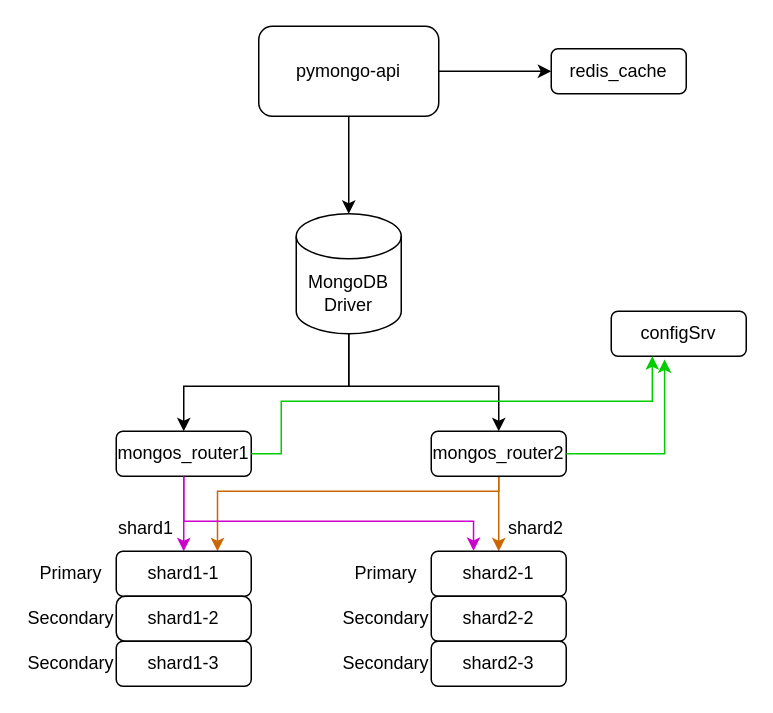
This is sharding-repl-cache/Sharding_Replica_Cache.drawio from alexii-potapov/architecture-sprint-2, a draw.io file, before an edit. Source tidied: cells renumbered, new cells numbered last; positions are measured from the earlier drawing's top-left corner, leaving out a move shared by most shapes. Both pictures are drawn from the tidied source at 150%, with x=0, y=0 at pixel (26, 26).
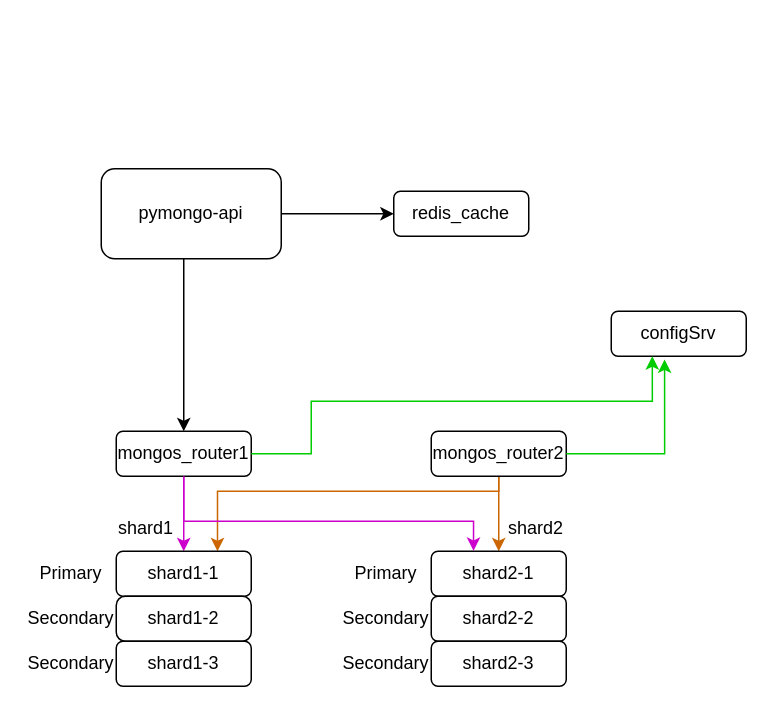
The same diagram, later.

Unchanged cells that the change refers to:
```xml
<mxCell id="8" value="mongos_router1" style="rounded=1;whiteSpace=wrap;html=1;" parent="1" vertex="1">
  <mxGeometry x="60" y="270" width="90" height="30" as="geometry" />
</mxCell>
<mxCell id="11" value="mongos_router2" style="rounded=1;whiteSpace=wrap;html=1;" parent="1" vertex="1">
  <mxGeometry x="270" y="270" width="90" height="30" as="geometry" />
</mxCell>
<mxCell id="12" value="configSrv" style="rounded=1;whiteSpace=wrap;html=1;" parent="1" vertex="1">
  <mxGeometry x="390" y="190" width="90" height="30" as="geometry" />
</mxCell>
```

Diff of the diagram source:
```diff
@@
-    <mxCell id="2" style="edgeStyle=orthogonalEdgeStyle;rounded=0;jettySize=auto;html=1;entryX=0.5;entryY=0;entryDx=0;entryDy=0;exitX=0.5;exitY=1;exitDx=0;exitDy=0;exitPerimeter=0;" parent="1" edge="1" source="4" target="8">
-      <mxGeometry relative="1" as="geometry">
-        <Array as="points">
-          <mxPoint x="215" y="240" />
-          <mxPoint x="105" y="240" />
-        </Array>
-      </mxGeometry>
-    </mxCell>
-    <mxCell id="3" style="edgeStyle=orthogonalEdgeStyle;rounded=0;jettySize=auto;html=1;entryX=0.5;entryY=0;entryDx=0;entryDy=0;" parent="1" edge="1" source="4" target="11">
-      <mxGeometry relative="1" as="geometry">
-        <Array as="points">
-          <mxPoint x="215" y="240" />
-          <mxPoint x="315" y="240" />
-        </Array>
-      </mxGeometry>
-    </mxCell>
-    <mxCell id="4" value="MongoDB&lt;br&gt;Driver" style="shape=cylinder3;whiteSpace=wrap;html=1;boundedLbl=1;backgroundOutline=1;size=15;" parent="1" vertex="1">
-      <mxGeometry x="180" y="125" width="70" height="80" as="geometry" />
-    </mxCell>
@@
     <mxCell id="6" value="pymongo-api" style="rounded=1;whiteSpace=wrap;html=1;" parent="1" vertex="1">
-      <mxGeometry x="155" width="120" height="60" as="geometry" />
+      <mxGeometry x="50" y="95" width="120" height="60" as="geometry" />
     </mxCell>
@@
-    <mxCell id="14" style="edgeStyle=orthogonalEdgeStyle;rounded=0;jettySize=auto;html=1;entryX=0.5;entryY=0;entryDx=0;entryDy=0;entryPerimeter=0;" parent="1" edge="1" source="6" target="4">
-      <mxGeometry relative="1" as="geometry" />
+    <mxCell id="14" style="edgeStyle=orthogonalEdgeStyle;rounded=0;jettySize=auto;html=1;entryX=0.5;entryY=0;entryDx=0;entryDy=0;" parent="1" edge="1" source="6" target="8">
+      <mxGeometry relative="1" as="geometry">
+        <Array as="points">
+          <mxPoint x="105" y="190" />
+          <mxPoint x="105" y="190" />
+        </Array>
+      </mxGeometry>
     </mxCell>
@@
     <mxCell id="17" style="edgeStyle=orthogonalEdgeStyle;rounded=0;jettySize=auto;html=1;entryX=0.304;entryY=1;entryDx=0;entryDy=0;entryPerimeter=0;exitX=1;exitY=0.5;exitDx=0;exitDy=0;strokeColor=#00CC00;" parent="1" edge="1" source="8" target="12">
       <mxGeometry relative="1" as="geometry">
         <Array as="points">
-          <mxPoint x="170" y="285" />
-          <mxPoint x="170" y="250" />
+          <mxPoint x="190" y="285" />
+          <mxPoint x="190" y="250" />
           <mxPoint x="417" y="250" />
-          <mxPoint x="417" y="220" />
         </Array>
       </mxGeometry>
     </mxCell>
@@
     <mxCell id="31" value="redis_cache" style="rounded=1;whiteSpace=wrap;html=1;" parent="1" vertex="1">
-      <mxGeometry x="350" y="15" width="90" height="30" as="geometry" />
+      <mxGeometry x="245" y="110" width="90" height="30" as="geometry" />
     </mxCell>
```
